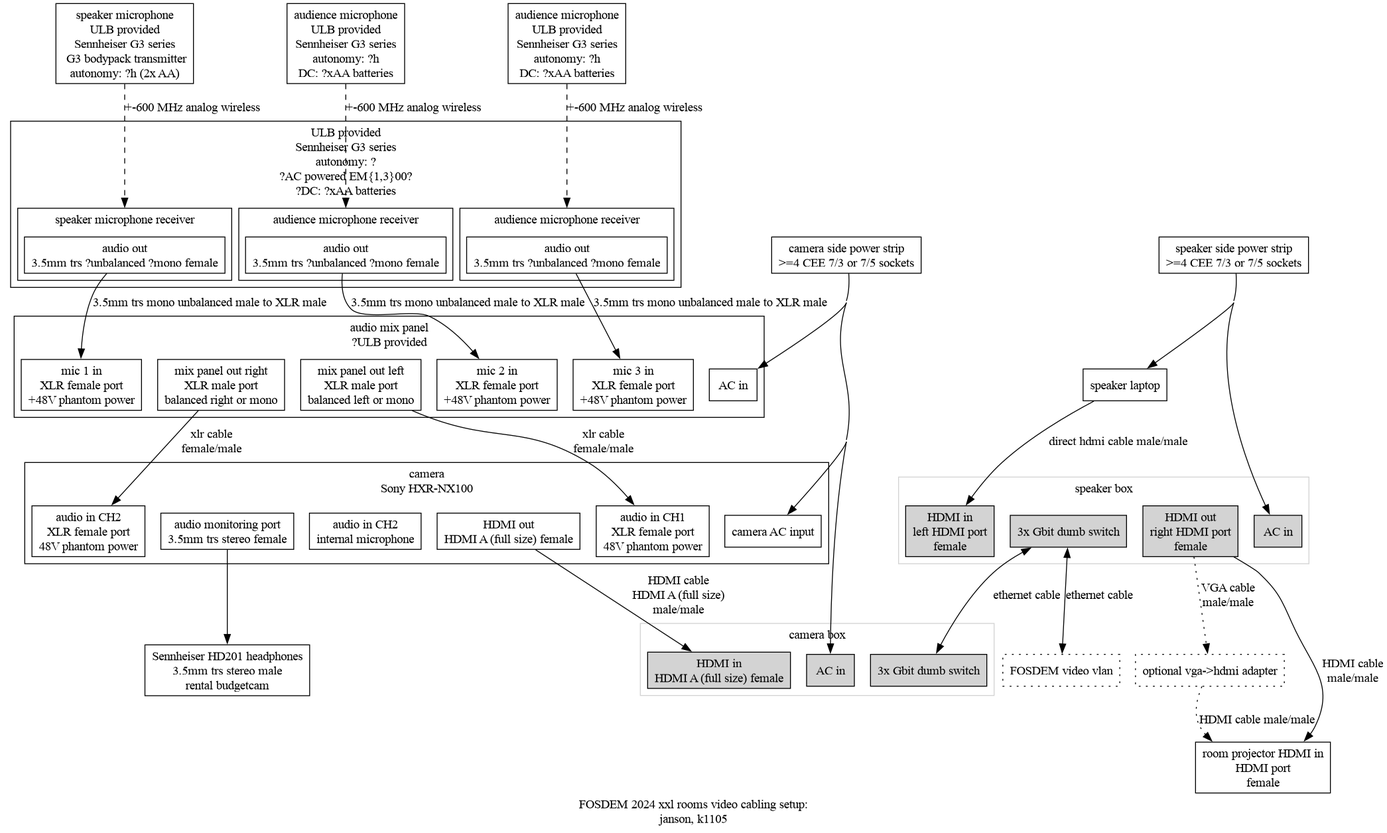
Before: graph/cabling_xxl_rooms.png, a diagram exported from Graphviz (zeridon/video). Its source is kept beside it as graph/cabling_xxl_rooms.dot.
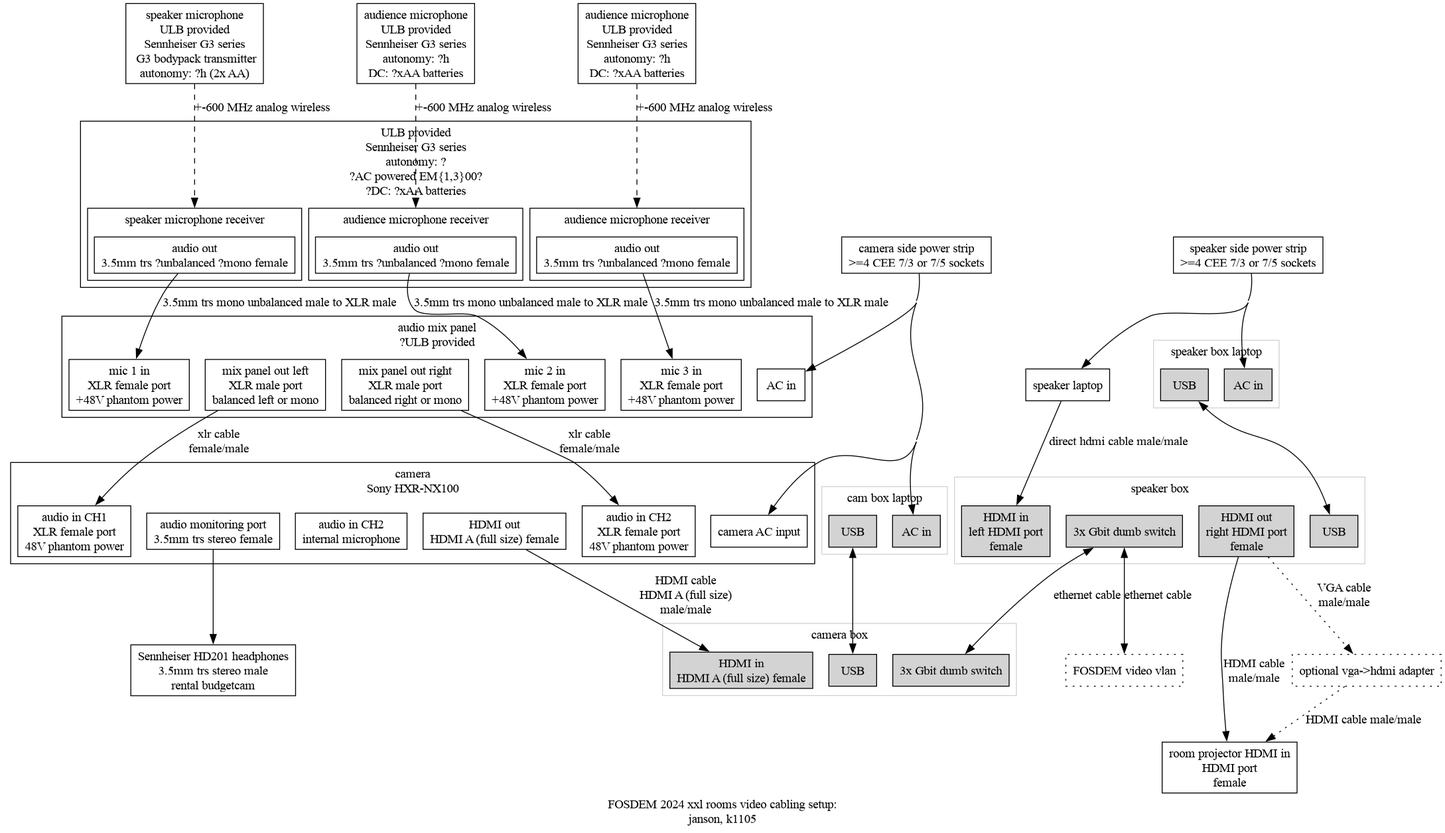
After the change.

Commit message:
Add laptops to graphs; boxes use USB power

Diff of the diagram source:
```diff
@@ -45,20 +45,40 @@
 	subgraph fosdem_network {
 		color = lightgrey;
 		node [style = filled];
-		subgraph cluster_cam_box {
-			label = "camera box";
-			URL = "https://github.com/FOSDEM/video";
-			cam_box_hdmi_in [label="HDMI in\nHDMI A (full size) female"];
-			cam_box_switch [label="3x Gbit dumb switch"];
-			cam_box_ac_in [label="AC in"];
+
+		subgraph cam {
+			label = "";
+			subgraph cluster_cam_laptop {
+				label = "cam box laptop";
+				cam_laptop_ac_in [label="AC in"];
+				cam_laptop_usb [label="USB"];
+			}
+			subgraph cluster_cam_box {
+				label = "camera box";
+				URL = "https://github.com/FOSDEM/video";
+				cam_box_hdmi_in [label="HDMI in\nHDMI A (full size) female"];
+				cam_box_switch [label="3x Gbit dumb switch"];
+				cam_box_usb [label="USB"];
+			}
+			cam_laptop_usb -> cam_box_usb [ dir = "both" ];
 		}
-		subgraph cluster_speaker_box {
-			label = "speaker box";
-			URL = "https://github.com/FOSDEM/video";
-			speaker_box_hdmi_in [label="HDMI in\nleft HDMI port\nfemale"];
-			speaker_box_hdmi_out [label="HDMI out\nright HDMI port\nfemale"];
-			speaker_box_switch [label="3x Gbit dumb switch"];
-			speaker_box_ac_in [label="AC in"];
+
+		subgraph speaker {
+			label="";
+			subgraph cluster_speaker_box {
+				label = "speaker box";
+				URL = "https://github.com/FOSDEM/video";
+				speaker_box_hdmi_in [label="HDMI in\nleft HDMI port\nfemale"];
+				speaker_box_hdmi_out [label="HDMI out\nright HDMI port\nfemale"];
+				speaker_box_switch [label="3x Gbit dumb switch"];
+				speaker_box_usb [label="USB"];
+			}
+				subgraph cluster_speaker_video_laptop {
+				label = "speaker box laptop"
+				speaker_video_laptop_ac_in [label="AC in"];
+				speaker_video_laptop_usb [label="USB"];
+			}
+			speaker_video_laptop_usb -> speaker_box_usb [ dir = "both" ];
 		}
 	}
 
@@ -99,9 +119,9 @@
 
 	# AC power
 	cam_power_strip -> camera_ac_in;
-	cam_power_strip -> cam_box_ac_in;
+	cam_power_strip -> cam_laptop_ac_in;
 	cam_power_strip -> mix_panel_ac_in;
 
 	speaker_power_strip -> speaker_laptop;
-	speaker_power_strip -> speaker_box_ac_in;
+	speaker_power_strip -> speaker_video_laptop_ac_in;
 }
```
